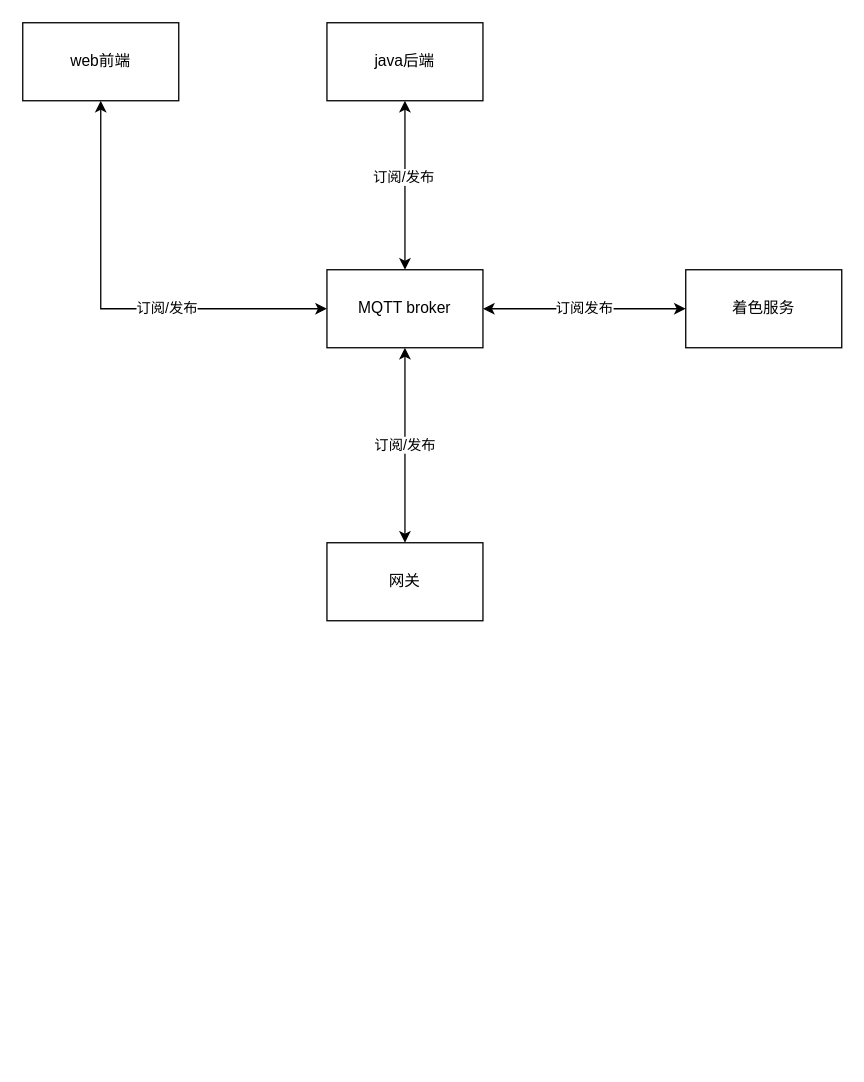
wangyufei0807/draw keeps this draw.io diagram as 站端网关版本.drawio. Above is the earlier version. Source tidied: cells renumbered, new cells numbered last; positions are measured from the earlier drawing's top-left corner, leaving out a move shared by most shapes. Both pictures are drawn from the tidied source at 130%, with x=0, y=0 at pixel (22, 22).
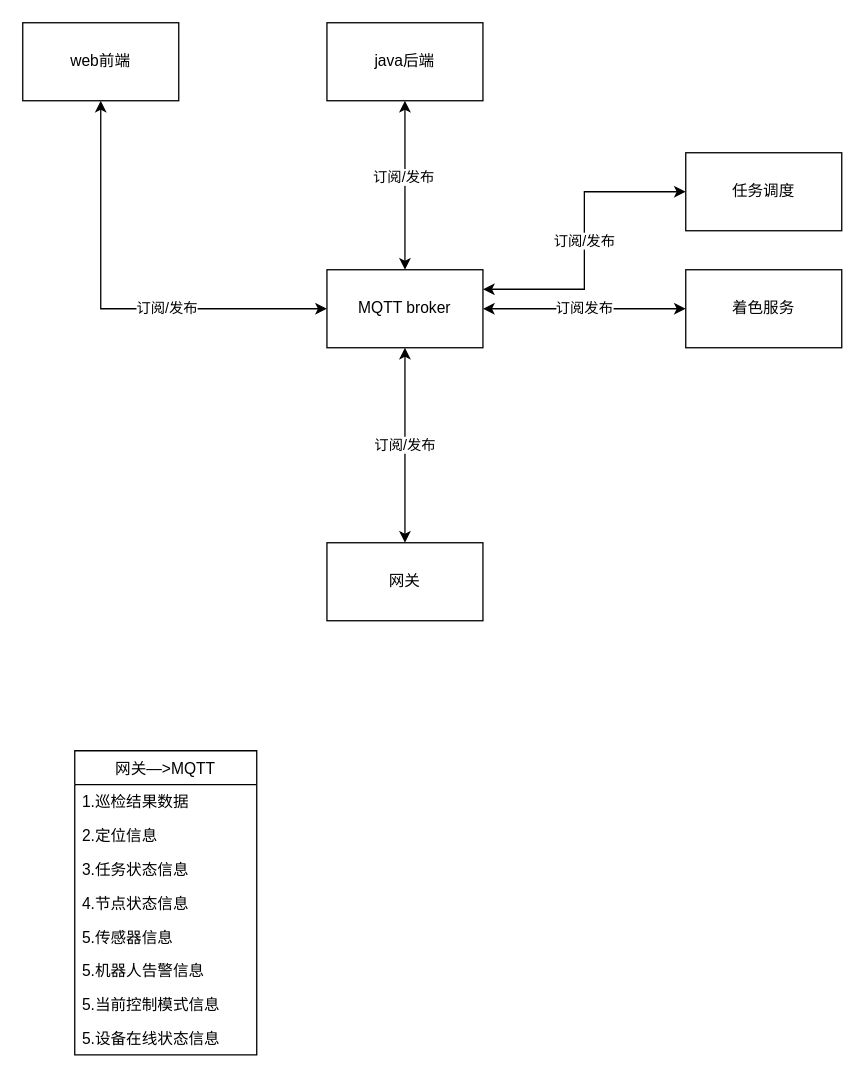
The same diagram, later.

Commit message:
更新站端网关版本.drawio

Unchanged cells that the change refers to:
```xml
<mxCell id="6" value="MQTT broker" style="rounded=0;whiteSpace=wrap;html=1;" parent="1" vertex="1">
  <mxGeometry x="234" y="190" width="120" height="60" as="geometry" />
</mxCell>
```

The edit, as a diff of the source:
```diff
@@
+    <mxCell id="13" value="订阅/发布" style="edgeStyle=orthogonalEdgeStyle;rounded=0;jettySize=auto;html=1;exitX=0;exitY=0.5;exitDx=0;exitDy=0;entryX=1;entryY=0.25;entryDx=0;entryDy=0;startArrow=classic;startFill=1;" parent="1" edge="1" source="14" target="6">
+      <mxGeometry relative="1" as="geometry" />
+    </mxCell>
+    <mxCell id="14" value="任务调度" style="rounded=0;whiteSpace=wrap;html=1;" parent="1" vertex="1">
+      <mxGeometry x="510" y="100" width="120" height="60" as="geometry" />
+    </mxCell>
+    <mxCell id="15" value="网关—&gt;MQTT" style="swimlane;fontStyle=0;horizontal=1;startSize=26;fillColor=none;" parent="1" vertex="1">
+      <mxGeometry x="40" y="560" width="140" height="234" as="geometry" />
+    </mxCell>
+    <mxCell id="16" value="1.巡检结果数据" style="text;strokeColor=none;fillColor=none;align=left;verticalAlign=top;spacingLeft=4;spacingRight=4;overflow=hidden;" parent="15" vertex="1">
+      <mxGeometry y="26" width="140" height="26" as="geometry" />
+    </mxCell>
+    <mxCell id="17" value="2.定位信息" style="text;strokeColor=none;fillColor=none;align=left;verticalAlign=top;spacingLeft=4;spacingRight=4;overflow=hidden;" parent="15" vertex="1">
+      <mxGeometry y="52" width="140" height="26" as="geometry" />
+    </mxCell>
+    <mxCell id="18" value="3.任务状态信息" style="text;strokeColor=none;fillColor=none;align=left;verticalAlign=top;spacingLeft=4;spacingRight=4;overflow=hidden;" parent="15" vertex="1">
+      <mxGeometry y="78" width="140" height="26" as="geometry" />
+    </mxCell>
+    <mxCell id="19" value="4.节点状态信息" style="text;strokeColor=none;fillColor=none;align=left;verticalAlign=top;spacingLeft=4;spacingRight=4;overflow=hidden;" parent="15" vertex="1">
+      <mxGeometry y="104" width="140" height="26" as="geometry" />
+    </mxCell>
+    <mxCell id="20" value="5.传感器信息" style="text;strokeColor=none;fillColor=none;align=left;verticalAlign=top;spacingLeft=4;spacingRight=4;overflow=hidden;" parent="15" vertex="1">
+      <mxGeometry y="130" width="140" height="26" as="geometry" />
+    </mxCell>
+    <mxCell id="21" value="5.机器人告警信息" style="text;strokeColor=none;fillColor=none;align=left;verticalAlign=top;spacingLeft=4;spacingRight=4;overflow=hidden;" parent="15" vertex="1">
+      <mxGeometry y="156" width="140" height="26" as="geometry" />
+    </mxCell>
+    <mxCell id="22" value="5.当前控制模式信息" style="text;strokeColor=none;fillColor=none;align=left;verticalAlign=top;spacingLeft=4;spacingRight=4;overflow=hidden;" parent="15" vertex="1">
+      <mxGeometry y="182" width="140" height="26" as="geometry" />
+    </mxCell>
+    <mxCell id="23" value="5.设备在线状态信息" style="text;strokeColor=none;fillColor=none;align=left;verticalAlign=top;spacingLeft=4;spacingRight=4;overflow=hidden;" parent="15" vertex="1">
+      <mxGeometry y="208" width="140" height="26" as="geometry" />
+    </mxCell>
```
